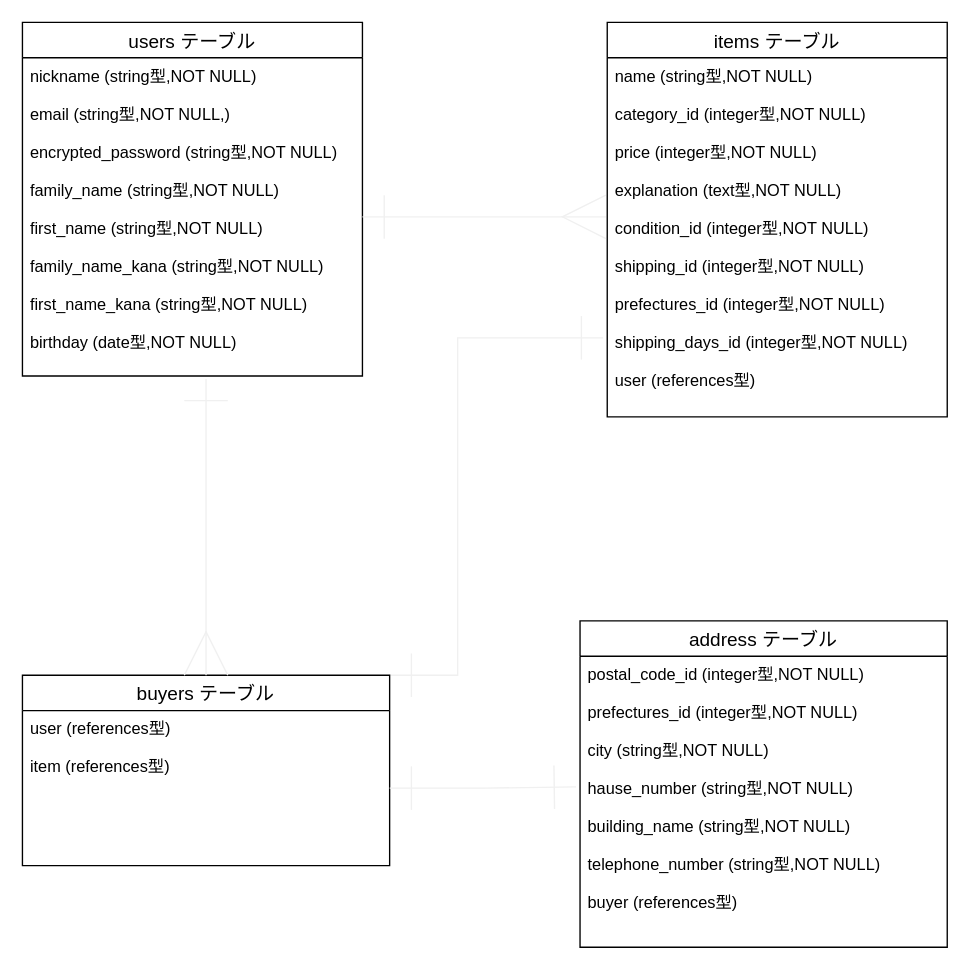
The draw.io diagram test.dio in tbs1117/furima-36412, before the edit. Source tidied: cells renumbered, new cells numbered last; positions are measured from the earlier drawing's top-left corner, leaving out a move shared by most shapes. Both pictures are drawn from the tidied source at 136%, with x=0, y=0 at pixel (22, 22).
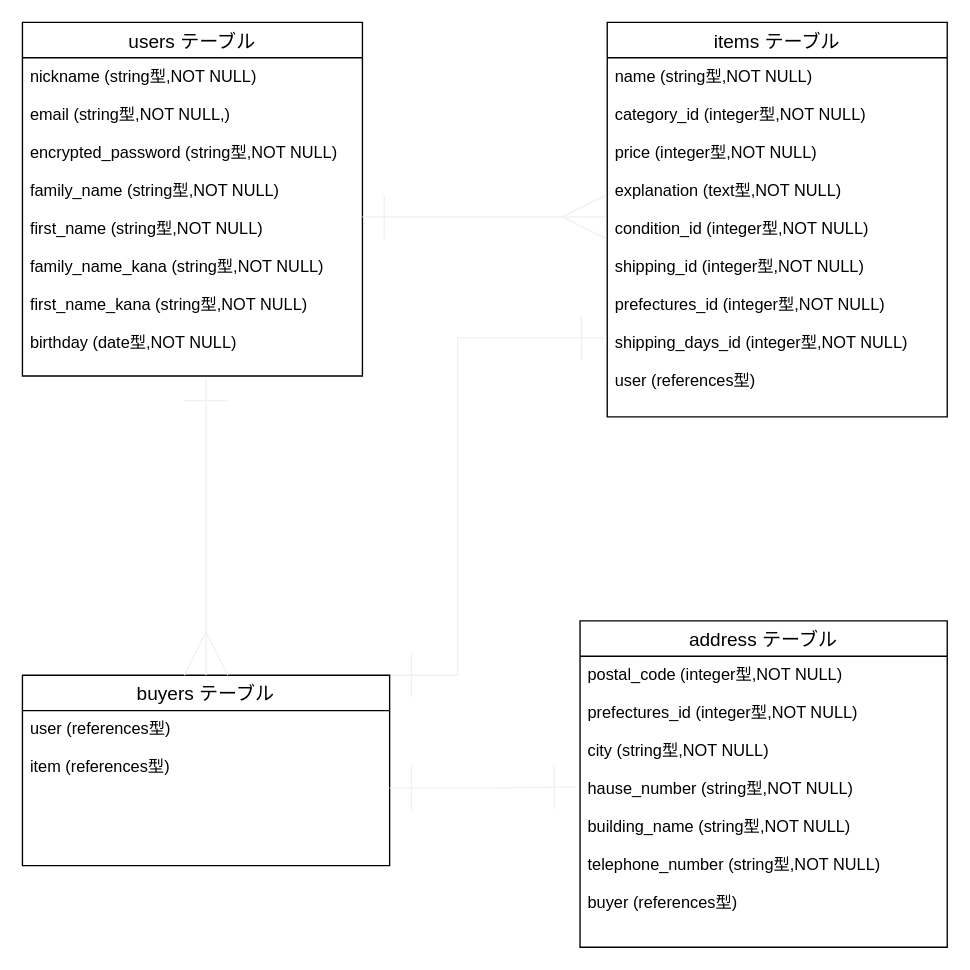
After the change.

Commit message (it also covers changes not shown here):
データベースの修正

Diff of the diagram source:
```diff
@@
 <mxGraphModel>
   <root>
     <mxCell id="0" />
     <mxCell id="1" parent="0" />
     <mxCell id="2" value="users テーブル" style="swimlane;fontStyle=0;horizontal=1;startSize=26;align=center;fontSize=14;" parent="1" vertex="1">
       <mxGeometry width="250" height="260" as="geometry" />
     </mxCell>
     <mxCell id="3" value="nickname (string型,NOT NULL)&#10;&#10;email (string型,NOT NULL,)&#10;&#10;encrypted_password (string型,NOT NULL)&#10;&#10;family_name (string型,NOT NULL)&#10;&#10;first_name (string型,NOT NULL)&#10;&#10;family_name_kana (string型,NOT NULL)&#10;&#10;first_name_kana (string型,NOT NULL)&#10;&#10;birthday (date型,NOT NULL)" style="text;strokeColor=none;fillColor=none;spacingLeft=4;spacingRight=4;overflow=hidden;points=[[0,0.5],[1,0.5]];portConstraint=eastwest;fontSize=12;" parent="2" vertex="1">
       <mxGeometry y="26" width="250" height="234" as="geometry" />
     </mxCell>
     <mxCell id="4" value="items テーブル" style="swimlane;fontStyle=0;horizontal=1;startSize=26;align=center;fontSize=14;" parent="1" vertex="1">
       <mxGeometry x="430" width="250" height="290" as="geometry" />
     </mxCell>
     <mxCell id="5" value="name (string型,NOT NULL)&#10;&#10;category_id (integer型,NOT NULL)&#10;&#10;price (integer型,NOT NULL)&#10;&#10;explanation (text型,NOT NULL)&#10;&#10;condition_id (integer型,NOT NULL)&#10;&#10;shipping_id (integer型,NOT NULL)&#10;&#10;prefectures_id (integer型,NOT NULL)&#10;&#10;shipping_days_id (integer型,NOT NULL)&#10;&#10;user (references型)" style="text;strokeColor=none;fillColor=none;spacingLeft=4;spacingRight=4;overflow=hidden;points=[[0,0.5],[1,0.5]];portConstraint=eastwest;fontSize=12;" parent="4" vertex="1">
       <mxGeometry y="26" width="250" height="264" as="geometry" />
     </mxCell>
     <mxCell id="6" style="edgeStyle=orthogonalEdgeStyle;rounded=0;jumpSize=16;jettySize=auto;html=1;exitX=1;exitY=0;exitDx=0;exitDy=0;startArrow=ERone;startFill=0;endArrow=ERone;endFill=0;startSize=30;endSize=30;sourcePerimeterSpacing=0;targetPerimeterSpacing=0;strokeColor=#F0F0F0;strokeWidth=1;entryX=-0.012;entryY=0.78;entryDx=0;entryDy=0;entryPerimeter=0;" parent="1" edge="1" source="7" target="5">
       <mxGeometry relative="1" as="geometry">
         <Array as="points">
           <mxPoint x="320" y="480" />
           <mxPoint x="320" y="232" />
         </Array>
       </mxGeometry>
     </mxCell>
     <mxCell id="7" value="buyers テーブル" style="swimlane;fontStyle=0;horizontal=1;startSize=26;align=center;fontSize=14;" parent="1" vertex="1">
       <mxGeometry y="480" width="270" height="140" as="geometry" />
     </mxCell>
     <mxCell id="8" value="user (references型)&#10;&#10;item (references型)&#10;&#10;" style="text;strokeColor=none;fillColor=none;spacingLeft=4;spacingRight=4;overflow=hidden;points=[[0,0.5],[1,0.5]];portConstraint=eastwest;fontSize=12;" parent="7" vertex="1">
       <mxGeometry y="26" width="270" height="114" as="geometry" />
     </mxCell>
     <mxCell id="9" value="address テーブル" style="swimlane;fontStyle=0;horizontal=1;startSize=26;align=center;fontSize=14;" parent="1" vertex="1">
       <mxGeometry x="410" y="440" width="270" height="240" as="geometry" />
     </mxCell>
-    <mxCell id="10" value="postal_code_id (integer型,NOT NULL)&#10;&#10;prefectures_id (integer型,NOT NULL)&#10;&#10;city (string型,NOT NULL)&#10;&#10;hause_number (string型,NOT NULL)&#10;&#10;building_name (string型,NOT NULL)&#10;&#10;telephone_number (string型,NOT NULL)&#10;&#10;buyer (references型)" style="text;strokeColor=none;fillColor=none;spacingLeft=4;spacingRight=4;overflow=hidden;points=[[0,0.5],[1,0.5]];portConstraint=eastwest;fontSize=12;" parent="9" vertex="1">
+    <mxCell id="10" value="postal_code (integer型,NOT NULL)&#10;&#10;prefectures_id (integer型,NOT NULL)&#10;&#10;city (string型,NOT NULL)&#10;&#10;hause_number (string型,NOT NULL)&#10;&#10;building_name (string型,NOT NULL)&#10;&#10;telephone_number (string型,NOT NULL)&#10;&#10;buyer (references型)" style="text;strokeColor=none;fillColor=none;spacingLeft=4;spacingRight=4;overflow=hidden;points=[[0,0.5],[1,0.5]];portConstraint=eastwest;fontSize=12;" parent="9" vertex="1">
       <mxGeometry y="26" width="270" height="214" as="geometry" />
     </mxCell>
     <mxCell id="11" style="edgeStyle=orthogonalEdgeStyle;rounded=0;jumpSize=16;jettySize=auto;html=1;exitX=1;exitY=0.5;exitDx=0;exitDy=0;entryX=-0.004;entryY=0.443;entryDx=0;entryDy=0;entryPerimeter=0;startArrow=ERone;startFill=0;endArrow=ERmany;endFill=0;startSize=30;endSize=30;sourcePerimeterSpacing=0;targetPerimeterSpacing=0;strokeColor=#F0F0F0;strokeWidth=1;" parent="1" edge="1" source="3" target="5">
       <mxGeometry relative="1" as="geometry" />
     </mxCell>
     <mxCell id="12" style="edgeStyle=orthogonalEdgeStyle;rounded=0;jumpSize=16;jettySize=auto;html=1;entryX=0.5;entryY=0;entryDx=0;entryDy=0;startArrow=ERone;startFill=0;endArrow=ERmany;endFill=0;startSize=30;endSize=30;sourcePerimeterSpacing=0;targetPerimeterSpacing=0;strokeColor=#F0F0F0;strokeWidth=1;exitX=0.54;exitY=1.009;exitDx=0;exitDy=0;exitPerimeter=0;" parent="1" edge="1" source="3" target="7">
       <mxGeometry relative="1" as="geometry">
         <Array as="points">
           <mxPoint x="135" y="300" />
           <mxPoint x="135" y="300" />
         </Array>
       </mxGeometry>
     </mxCell>
     <mxCell id="13" style="edgeStyle=orthogonalEdgeStyle;rounded=0;jumpSize=16;jettySize=auto;html=1;exitX=1;exitY=0.5;exitDx=0;exitDy=0;entryX=-0.011;entryY=0.449;entryDx=0;entryDy=0;entryPerimeter=0;startArrow=ERone;startFill=0;endArrow=ERone;endFill=0;startSize=30;endSize=30;sourcePerimeterSpacing=0;targetPerimeterSpacing=0;strokeColor=#F0F0F0;strokeWidth=1;" parent="1" edge="1" source="8" target="10">
       <mxGeometry relative="1" as="geometry" />
     </mxCell>
   </root>
 </mxGraphModel>
```
